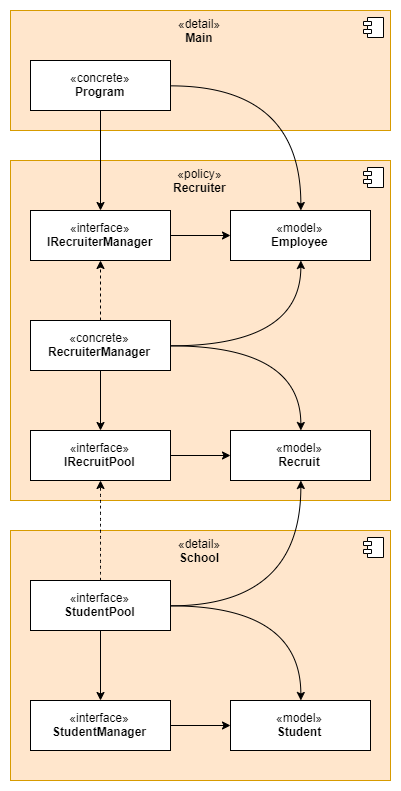
Before: Design Artifacts/Demo Classes.png, a diagram exported from draw.io (Fabricari/dependency-injection-demo). Source tidied: cells renumbered, new cells last; positions are measured from the earlier drawing's top-left corner, leaving out a move shared by most shapes.
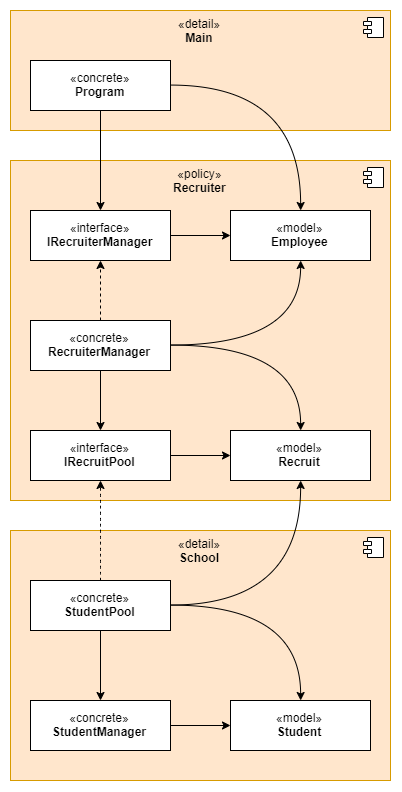
After the commit.

Commit message:
Correct diagram indicating concrete classes.

Diff of the diagram source:
```diff
@@ -71,10 +71,10 @@
     <mxCell id="22" value="«model»&lt;br&gt;&lt;b&gt;Student&lt;/b&gt;" style="html=1;align=center;" parent="20" vertex="1">
       <mxGeometry x="220" y="170" width="140" height="50" as="geometry" />
     </mxCell>
-    <mxCell id="23" value="«interface»&lt;br&gt;&lt;b&gt;StudentManager&lt;/b&gt;" style="html=1;align=center;" parent="20" vertex="1">
+    <mxCell id="23" value="«concrete»&lt;br&gt;&lt;b&gt;StudentManager&lt;/b&gt;" style="html=1;align=center;" parent="20" vertex="1">
       <mxGeometry x="20" y="170" width="140" height="50" as="geometry" />
     </mxCell>
-    <mxCell id="24" value="«interface»&lt;br&gt;&lt;b&gt;StudentPool&lt;/b&gt;" style="html=1;align=center;" parent="20" vertex="1">
+    <mxCell id="24" value="«concrete»&lt;br&gt;&lt;b&gt;StudentPool&lt;/b&gt;" style="html=1;align=center;" parent="20" vertex="1">
       <mxGeometry x="20" y="50" width="140" height="50" as="geometry" />
     </mxCell>
     <mxCell id="25" style="edgeStyle=orthogonalEdgeStyle;curved=1;rounded=0;jettySize=auto;html=1;" parent="20" edge="1" source="23" target="22">
```
